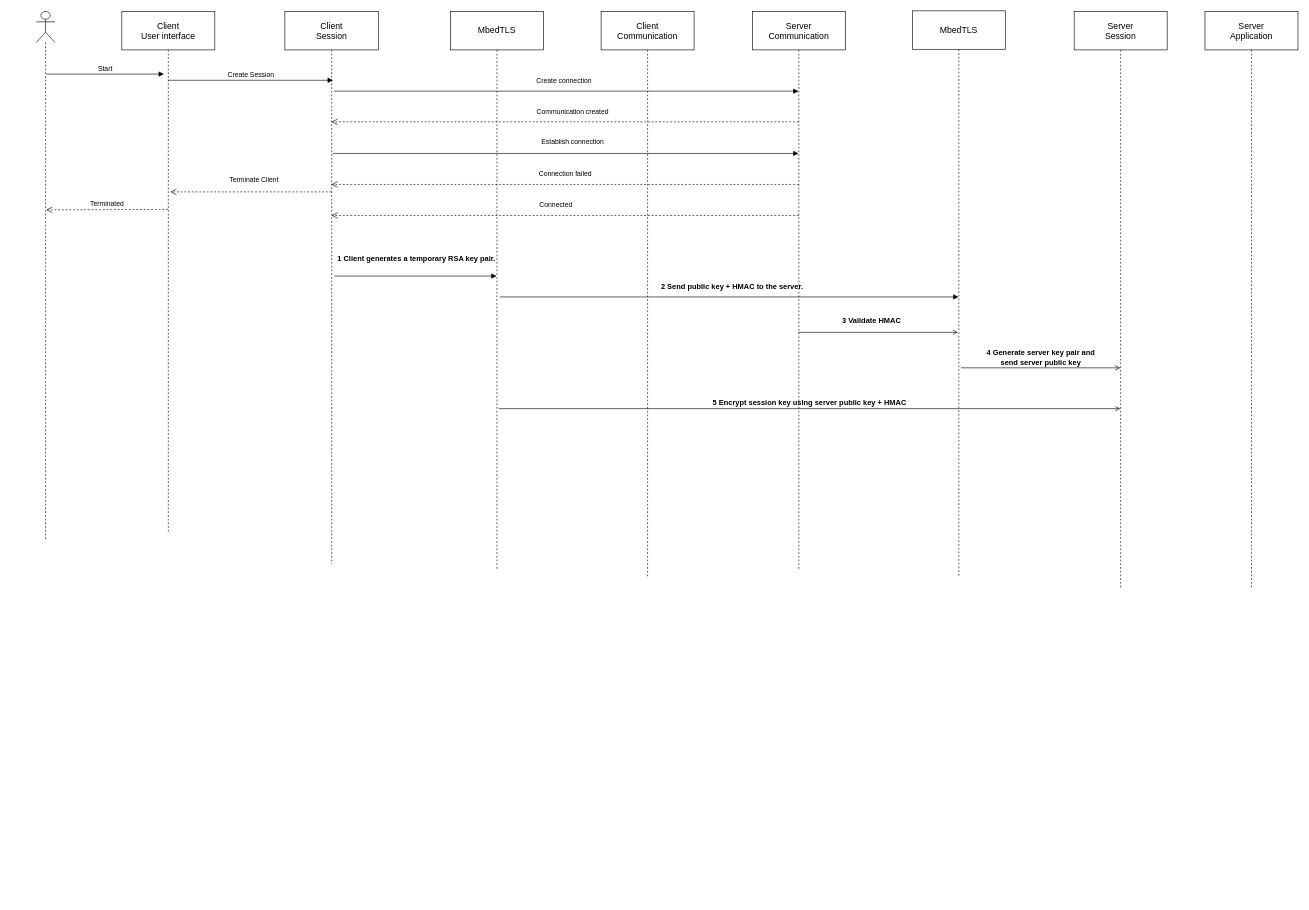
Before: docs/system_sequence_diagram.drawio in pernillamoreno/Exam-Security-Project, a draw.io diagram. Source tidied: cells renumbered, new cells numbered last; positions are measured from the earlier drawing's top-left corner, leaving out a move shared by most shapes. Both pictures are drawn from the tidied source at 62%, with x=0, y=0 at pixel (36, 11).
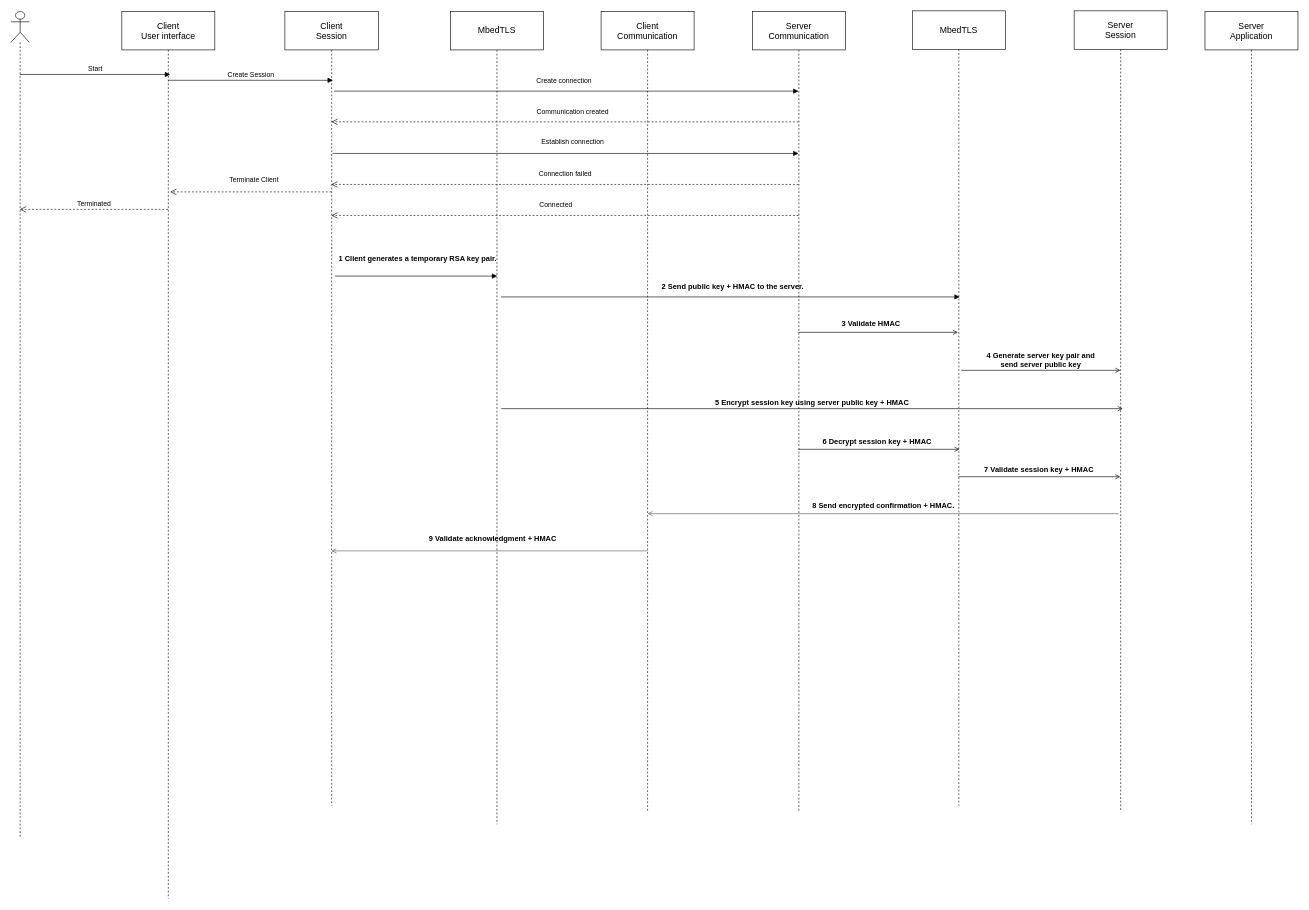
After the change.

Commit message (it also covers changes not shown here):
add step 6-9 in sys seq diagram

What changed in the source:
```diff
@@
     <mxCell id="2" value="&lt;font style=&quot;font-size: 14px;&quot;&gt;Client&lt;br&gt;User interface&lt;br&gt;&lt;/font&gt;" style="shape=umlLifeline;perimeter=lifelinePerimeter;whiteSpace=wrap;html=1;outlineConnect=0;size=62;" parent="1" vertex="1">
-      <mxGeometry x="138" y="1" width="150" height="841" as="geometry" />
+      <mxGeometry x="138" y="1" width="150" height="1431" as="geometry" />
     </mxCell>
     <mxCell id="3" value="&lt;font style=&quot;font-size: 14px;&quot;&gt;Client&lt;br&gt;Session&lt;/font&gt;" style="shape=umlLifeline;perimeter=lifelinePerimeter;whiteSpace=wrap;html=1;outlineConnect=0;size=62;" parent="1" vertex="1">
-      <mxGeometry x="401" y="1" width="151" height="891" as="geometry" />
+      <mxGeometry x="401" y="1" width="151" height="1281" as="geometry" />
     </mxCell>
@@
+    <mxCell id="26" value="&lt;b&gt;9 Validate acknowledgment + HMAC&lt;/b&gt;" style="edgeStyle=orthogonalEdgeStyle;html=1;endArrow=none;elbow=vertical;startArrow=open;startFill=0;strokeColor=#545B64;rounded=0;fontSize=12;" parent="3" edge="1">
+      <mxGeometry x="0.02" y="19" relative="1" as="geometry">
+        <mxPoint x="75" y="870" as="sourcePoint" />
+        <mxPoint x="585" y="870" as="targetPoint" />
+      </mxGeometry>
+    </mxCell>
     <mxCell id="6" value="&lt;span style=&quot;font-size: 14px;&quot;&gt;MbedTLS&lt;/span&gt;" style="shape=umlLifeline;perimeter=lifelinePerimeter;whiteSpace=wrap;html=1;outlineConnect=0;size=62;" parent="1" vertex="1">
-      <mxGeometry x="668" y="1" width="150" height="901" as="geometry" />
+      <mxGeometry x="668" y="1" width="150" height="1311" as="geometry" />
     </mxCell>
@@
     <mxCell id="8" value="&lt;span style=&quot;font-size: 14px;&quot;&gt;Client&lt;br&gt;Communication&lt;br&gt;&lt;/span&gt;" style="shape=umlLifeline;perimeter=lifelinePerimeter;whiteSpace=wrap;html=1;size=62;" parent="1" vertex="1">
-      <mxGeometry x="911" y="1" width="150" height="911" as="geometry" />
+      <mxGeometry x="911" y="1" width="150" height="1291" as="geometry" />
     </mxCell>
@@
     <mxCell id="10" value="&lt;span style=&quot;font-size: 14px;&quot;&gt;Server&lt;br&gt;Communication&lt;br&gt;&lt;/span&gt;" style="shape=umlLifeline;perimeter=lifelinePerimeter;whiteSpace=wrap;html=1;outlineConnect=0;size=62;" parent="1" vertex="1">
-      <mxGeometry x="1155" y="1" width="150" height="901" as="geometry" />
+      <mxGeometry x="1155" y="1" width="150" height="1291" as="geometry" />
     </mxCell>
     <mxCell id="11" value="&lt;span style=&quot;font-size: 14px;&quot;&gt;MbedTLS&lt;br&gt;&lt;/span&gt;" style="shape=umlLifeline;perimeter=lifelinePerimeter;whiteSpace=wrap;html=1;outlineConnect=0;size=62;" parent="1" vertex="1">
-      <mxGeometry x="1413" width="150" height="911" as="geometry" />
+      <mxGeometry x="1413" width="150" height="1282" as="geometry" />
     </mxCell>
     <mxCell id="12" value="&lt;span style=&quot;font-size: 14px;&quot;&gt;Server&lt;br&gt;Application&lt;br&gt;&lt;/span&gt;" style="shape=umlLifeline;perimeter=lifelinePerimeter;whiteSpace=wrap;html=1;size=62;" parent="1" vertex="1">
-      <mxGeometry x="1885" y="1" width="150" height="931" as="geometry" />
+      <mxGeometry x="1885" y="1" width="150" height="1311" as="geometry" />
     </mxCell>
-    <mxCell id="13" value="Start" style="html=1;verticalAlign=bottom;endArrow=block;" parent="1" edge="1">
-      <mxGeometry relative="1" as="geometry">
-        <mxPoint x="16" y="102" as="sourcePoint" />
-        <mxPoint x="206" y="102" as="targetPoint" />
-      </mxGeometry>
+    <mxCell id="13" value="Start" style="html=1;verticalAlign=bottom;endArrow=block;entryX=0.52;entryY=0.071;entryDx=0;entryDy=0;entryPerimeter=0;" parent="1" edge="1" source="17" target="2">
+      <mxGeometry relative="1" as="geometry" />
     </mxCell>
@@
-    <mxCell id="16" value="Terminated" style="html=1;verticalAlign=bottom;endArrow=open;dashed=1;endSize=8;" parent="1" edge="1">
+    <mxCell id="16" value="Terminated" style="html=1;verticalAlign=bottom;endArrow=open;dashed=1;endSize=8;" parent="1" edge="1" target="17">
       <mxGeometry relative="1" as="geometry">
         <mxPoint x="212.3" y="320.2" as="sourcePoint" />
-        <mxPoint x="16" y="321" as="targetPoint" />
       </mxGeometry>
     </mxCell>
     <mxCell id="17" style="shape=umlLifeline;participant=umlActor;perimeter=lifelinePerimeter;whiteSpace=wrap;html=1;verticalAlign=top;spacingTop=36;outlineConnect=0;size=50;" parent="1" vertex="1">
-      <mxGeometry y="1" width="30" height="851" as="geometry" />
+      <mxGeometry x="-41" y="1" width="30" height="1331" as="geometry" />
     </mxCell>
-    <mxCell id="18" value="&lt;font style=&quot;font-size: 12px;&quot;&gt;1 Client generates a temporary RSA key pair.&lt;/font&gt;" style="html=1;verticalAlign=bottom;labelBackgroundColor=none;endArrow=block;endFill=1;fontStyle=1;exitX=0.53;exitY=0.479;exitDx=0;exitDy=0;exitPerimeter=0;" parent="1" edge="1" source="3" target="6">
-      <mxGeometry x="0.01" y="19" relative="1" as="geometry" />
+    <mxCell id="18" value="&lt;font style=&quot;font-size: 12px;&quot;&gt;1 Client generates a temporary RSA key pair.&lt;/font&gt;" style="html=1;verticalAlign=bottom;labelBackgroundColor=none;endArrow=block;endFill=1;fontStyle=1;exitX=0.53;exitY=0.479;exitDx=0;exitDy=0;exitPerimeter=0;" parent="1" edge="1">
+      <mxGeometry x="0.02" y="19" relative="1" as="geometry">
+        <mxPoint x="482" y="427.8" as="sourcePoint" />
+        <mxPoint x="743.5" y="427.8" as="targetPoint" />
+      </mxGeometry>
     </mxCell>
-    <mxCell id="19" style="html=1;verticalAlign=bottom;labelBackgroundColor=none;endArrow=block;endFill=1;exitX=0.53;exitY=0.511;exitDx=0;exitDy=0;exitPerimeter=0;" parent="1" edge="1" source="6" target="11">
-      <mxGeometry relative="1" as="geometry" />
+    <mxCell id="19" style="html=1;verticalAlign=bottom;labelBackgroundColor=none;endArrow=block;endFill=1;exitX=0.53;exitY=0.511;exitDx=0;exitDy=0;exitPerimeter=0;" parent="1" edge="1">
+      <mxGeometry relative="1" as="geometry">
+        <mxPoint x="749.5" y="461.4" as="sourcePoint" />
+        <mxPoint x="1489.5" y="461.4" as="targetPoint" />
+      </mxGeometry>
     </mxCell>
     <mxCell id="20" value="&lt;font style=&quot;font-size: 12px;&quot;&gt;&lt;b&gt;2 Send&amp;nbsp;public key + HMAC to the server.&lt;/b&gt;&lt;/font&gt;" style="text;whiteSpace=wrap;html=1;" parent="1" vertex="1">
-      <mxGeometry x="1006" y="431" width="270" height="40" as="geometry" />
+      <mxGeometry x="1007" y="431" width="270" height="40" as="geometry" />
     </mxCell>
@@
     <mxCell id="22" value="&lt;span style=&quot;font-size: 14px;&quot;&gt;Server&lt;br&gt;Session&lt;br&gt;&lt;/span&gt;" style="shape=umlLifeline;perimeter=lifelinePerimeter;whiteSpace=wrap;html=1;outlineConnect=0;size=62;" parent="1" vertex="1">
-      <mxGeometry x="1674" y="1" width="150" height="931" as="geometry" />
+      <mxGeometry x="1674" width="150" height="1292" as="geometry" />
     </mxCell>
+    <mxCell id="27" value="&lt;b&gt;8 Send encrypted confirmation + HMAC.&lt;/b&gt;" style="edgeStyle=orthogonalEdgeStyle;html=1;endArrow=none;elbow=vertical;startArrow=open;startFill=0;strokeColor=#545B64;rounded=0;fontSize=12;" parent="22" edge="1">
+      <mxGeometry y="13" relative="1" as="geometry">
+        <mxPoint x="-688" y="811" as="sourcePoint" />
+        <mxPoint x="72" y="811" as="targetPoint" />
+      </mxGeometry>
+    </mxCell>
     <mxCell id="23" value="&lt;b&gt;3 Validate HMAC&lt;/b&gt;" style="html=1;verticalAlign=bottom;labelBackgroundColor=none;endArrow=open;endFill=0;fontSize=12;" parent="1" edge="1">
-      <mxGeometry x="-0.08" y="10" relative="1" as="geometry">
+      <mxGeometry x="-0.09" y="7" relative="1" as="geometry">
         <mxPoint x="1229.2" y="518.5" as="sourcePoint" />
         <mxPoint x="1486.5" y="518.5" as="targetPoint" />
+        <mxPoint y="1" as="offset" />
       </mxGeometry>
     </mxCell>
-    <mxCell id="24" value="&lt;b&gt;4 Generate server key pair and &lt;br&gt;send server public key&lt;/b&gt;" style="html=1;verticalAlign=bottom;labelBackgroundColor=none;endArrow=open;endFill=0;fontSize=12;exitX=0.524;exitY=0.632;exitDx=0;exitDy=0;exitPerimeter=0;" parent="1" edge="1" source="11" target="22">
-      <mxGeometry relative="1" as="geometry" />
+    <mxCell id="24" value="&lt;b&gt;4 Generate server key pair and &lt;br&gt;send server public key&lt;/b&gt;" style="html=1;verticalAlign=bottom;labelBackgroundColor=none;endArrow=open;endFill=0;fontSize=12;exitX=0.524;exitY=0.632;exitDx=0;exitDy=0;exitPerimeter=0;" parent="1" edge="1">
+      <mxGeometry relative="1" as="geometry">
+        <mxPoint x="1491.6" y="579.8" as="sourcePoint" />
+        <mxPoint x="1748.5" y="579.8" as="targetPoint" />
+      </mxGeometry>
     </mxCell>
-    <mxCell id="25" value="&lt;b&gt;5 Encrypt session key using server public key + HMAC&lt;/b&gt;" style="html=1;verticalAlign=bottom;labelBackgroundColor=none;endArrow=open;endFill=0;fontSize=12;exitX=0.52;exitY=0.711;exitDx=0;exitDy=0;exitPerimeter=0;" parent="1" edge="1" source="6" target="22">
-      <mxGeometry relative="1" as="geometry" />
+    <mxCell id="25" value="&lt;b&gt;5 Encrypt session key using server public key + HMAC&lt;/b&gt;" style="html=1;verticalAlign=bottom;labelBackgroundColor=none;endArrow=open;endFill=0;fontSize=12;exitX=0.52;exitY=0.711;exitDx=0;exitDy=0;exitPerimeter=0;" parent="1" edge="1">
+      <mxGeometry relative="1" as="geometry">
+        <mxPoint x="750" y="641.6" as="sourcePoint" />
+        <mxPoint x="1752.5" y="641.6" as="targetPoint" />
+      </mxGeometry>
     </mxCell>
+    <mxCell id="28" value="&lt;b&gt;&lt;font style=&quot;font-size: 12px;&quot;&gt;6 Decrypt session key + HMAC&lt;/font&gt;&lt;/b&gt;" style="html=1;verticalAlign=bottom;labelBackgroundColor=none;endArrow=open;endFill=0;entryX=0.507;entryY=0.796;entryDx=0;entryDy=0;entryPerimeter=0;" parent="1" edge="1">
+      <mxGeometry x="-0.02" y="3" relative="1" as="geometry">
+        <mxPoint x="1229.3" y="707.2" as="sourcePoint" />
+        <mxPoint x="1489.1" y="707.2" as="targetPoint" />
+      </mxGeometry>
+    </mxCell>
+    <mxCell id="29" value="&lt;font style=&quot;font-size: 12px;&quot;&gt;&lt;b&gt;7 Validate session key + HMAC&lt;/b&gt;&lt;/font&gt;" style="html=1;verticalAlign=bottom;labelBackgroundColor=none;endArrow=open;endFill=0;entryX=0.496;entryY=0.82;entryDx=0;entryDy=0;entryPerimeter=0;" parent="1" edge="1">
+      <mxGeometry x="-0.01" y="2" relative="1" as="geometry">
+        <mxPoint x="1487.5" y="751.4" as="sourcePoint" />
+        <mxPoint x="1748.4" y="751.4" as="targetPoint" />
+      </mxGeometry>
+    </mxCell>
```
